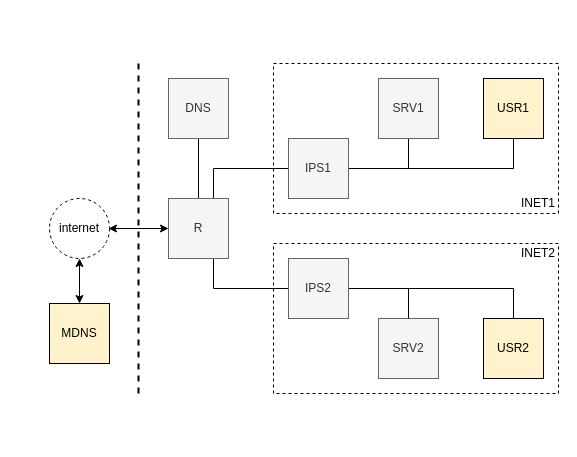
ArturB/snort3-dns-tunnel keeps this draw.io diagram as dokumentacja/koncowa/img/BCYB-topologia.drawio. Above is the earlier version. Source tidied: cells renumbered, new cells numbered last; positions are measured from the earlier drawing's top-left corner, leaving out a move shared by most shapes. Both pictures are drawn from the tidied source at 100%, with x=0, y=0 at pixel (49, 63).
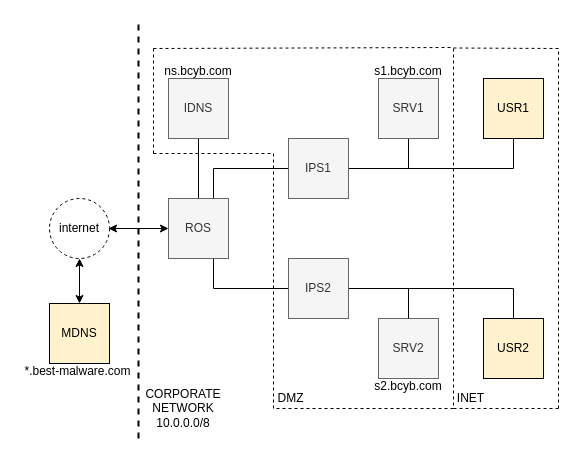
Above is the later version.

Change to the diagram source:
```diff
@@
-    <mxCell id="2" style="rounded=0;whiteSpace=wrap;html=1;strokeColor=#000000;fillColor=none;dashed=1;" parent="1" vertex="1">
-      <mxGeometry x="224" width="285" height="150" as="geometry" />
-    </mxCell>
@@
-    <mxCell id="7" value="&lt;div&gt;R&lt;/div&gt;" style="whiteSpace=wrap;html=1;fillColor=#f5f5f5;strokeColor=#666666;fontColor=#333333;" parent="1" vertex="1">
+    <mxCell id="7" value="&lt;div&gt;ROS&lt;/div&gt;" style="whiteSpace=wrap;html=1;fillColor=#f5f5f5;strokeColor=#666666;fontColor=#333333;" parent="1" vertex="1">
       <mxGeometry x="119" y="135" width="60" height="60" as="geometry" />
     </mxCell>
@@
-    <mxCell id="22" style="rounded=0;whiteSpace=wrap;html=1;strokeColor=#000000;fillColor=none;dashed=1;" parent="1" vertex="1">
-      <mxGeometry x="224" y="180" width="285" height="150" as="geometry" />
-    </mxCell>
-    <mxCell id="23" value="INET1" style="text;html=1;strokeColor=none;fillColor=none;align=center;verticalAlign=middle;whiteSpace=wrap;rounded=0;" parent="1" vertex="1">
-      <mxGeometry x="469" y="130" width="40" height="20" as="geometry" />
-    </mxCell>
-    <mxCell id="24" value="INET2" style="text;html=1;strokeColor=none;fillColor=none;align=center;verticalAlign=middle;whiteSpace=wrap;rounded=0;" parent="1" vertex="1">
-      <mxGeometry x="469" y="180" width="40" height="20" as="geometry" />
-    </mxCell>
     <mxCell id="25" style="endArrow=none;dashed=1;html=1;strokeWidth=2;" parent="1" edge="1">
       <mxGeometry relative="1" as="geometry">
-        <mxPoint x="89" y="330" as="sourcePoint" />
-        <mxPoint x="89" as="targetPoint" />
+        <mxPoint x="89" y="375" as="sourcePoint" />
+        <mxPoint x="89" y="-45" as="targetPoint" />
       </mxGeometry>
     </mxCell>
-    <mxCell id="26" value="DNS" style="whiteSpace=wrap;html=1;fillColor=#f5f5f5;strokeColor=#666666;fontColor=#333333;" parent="1" vertex="1">
+    <mxCell id="26" value="IDNS" style="whiteSpace=wrap;html=1;fillColor=#f5f5f5;strokeColor=#666666;fontColor=#333333;" parent="1" vertex="1">
       <mxGeometry x="119" y="15" width="60" height="60" as="geometry" />
     </mxCell>
+    <mxCell id="27" value="s2.bcyb.com" style="text;html=1;strokeColor=none;fillColor=none;align=center;verticalAlign=middle;whiteSpace=wrap;rounded=0;" parent="1" vertex="1">
+      <mxGeometry x="314" y="315" width="90" height="15" as="geometry" />
+    </mxCell>
+    <mxCell id="28" value="s1.bcyb.com" style="text;html=1;strokeColor=none;fillColor=none;align=center;verticalAlign=middle;whiteSpace=wrap;rounded=0;" parent="1" vertex="1">
+      <mxGeometry x="314" width="90" height="15" as="geometry" />
+    </mxCell>
+    <mxCell id="29" value="ns.bcyb.com" style="text;html=1;strokeColor=none;fillColor=none;align=center;verticalAlign=middle;whiteSpace=wrap;rounded=0;" parent="1" vertex="1">
+      <mxGeometry x="104" width="90" height="15" as="geometry" />
+    </mxCell>
+    <mxCell id="30" value="CORPORATE&lt;br&gt;NETWORK&lt;br&gt;&lt;div&gt;10.0.0.0/8&lt;/div&gt;" style="text;html=1;strokeColor=none;fillColor=none;align=center;verticalAlign=middle;whiteSpace=wrap;rounded=0;" parent="1" vertex="1">
+      <mxGeometry x="89" y="315" width="90" height="60" as="geometry" />
+    </mxCell>
+    <mxCell id="31" value="INET" style="text;html=1;strokeColor=none;fillColor=none;align=center;verticalAlign=middle;whiteSpace=wrap;rounded=0;" parent="1" vertex="1">
+      <mxGeometry x="404" y="325" width="35" height="20" as="geometry" />
+    </mxCell>
+    <mxCell id="32" value="DMZ" style="text;html=1;strokeColor=none;fillColor=none;align=center;verticalAlign=middle;whiteSpace=wrap;rounded=0;" parent="1" vertex="1">
+      <mxGeometry x="224" y="325" width="35" height="20" as="geometry" />
+    </mxCell>
+    <mxCell id="33" value="*.best-malware.com" style="text;html=1;strokeColor=none;fillColor=none;align=center;verticalAlign=middle;whiteSpace=wrap;rounded=0;" parent="1" vertex="1">
+      <mxGeometry x="-32" y="300" width="121" height="15" as="geometry" />
+    </mxCell>
+    <mxCell id="34" style="endArrow=none;dashed=1;html=1;entryX=0;entryY=-0.05;entryDx=0;entryDy=0;entryPerimeter=0;" parent="1" edge="1">
+      <mxGeometry relative="1" as="geometry">
+        <mxPoint x="104" y="-15" as="sourcePoint" />
+        <mxPoint x="404" y="-16" as="targetPoint" />
+      </mxGeometry>
+    </mxCell>
+    <mxCell id="35" style="endArrow=none;dashed=1;html=1;" parent="1" edge="1">
+      <mxGeometry relative="1" as="geometry">
+        <mxPoint x="404" y="-15" as="sourcePoint" />
+        <mxPoint x="404" y="345" as="targetPoint" />
+      </mxGeometry>
+    </mxCell>
+    <mxCell id="36" style="endArrow=none;dashed=1;html=1;" parent="1" edge="1">
+      <mxGeometry relative="1" as="geometry">
+        <mxPoint x="104" y="90" as="sourcePoint" />
+        <mxPoint x="104" y="-15" as="targetPoint" />
+      </mxGeometry>
+    </mxCell>
+    <mxCell id="37" style="endArrow=none;dashed=1;html=1;" parent="1" edge="1">
+      <mxGeometry relative="1" as="geometry">
+        <mxPoint x="104" y="90" as="sourcePoint" />
+        <mxPoint x="224" y="90" as="targetPoint" />
+      </mxGeometry>
+    </mxCell>
+    <mxCell id="38" style="endArrow=none;dashed=1;html=1;" parent="1" edge="1">
+      <mxGeometry relative="1" as="geometry">
+        <mxPoint x="224" y="345" as="sourcePoint" />
+        <mxPoint x="224" y="90" as="targetPoint" />
+      </mxGeometry>
+    </mxCell>
+    <mxCell id="39" style="endArrow=none;dashed=1;html=1;" parent="1" edge="1">
+      <mxGeometry relative="1" as="geometry">
+        <mxPoint x="404" y="345" as="sourcePoint" />
+        <mxPoint x="224" y="345" as="targetPoint" />
+      </mxGeometry>
+    </mxCell>
+    <mxCell id="40" style="endArrow=none;dashed=1;html=1;exitX=0.067;exitY=-0.15;exitDx=0;exitDy=0;exitPerimeter=0;" parent="1" edge="1">
+      <mxGeometry relative="1" as="geometry">
+        <mxPoint x="404" y="-15.5" as="sourcePoint" />
+        <mxPoint x="509" y="-15" as="targetPoint" />
+      </mxGeometry>
+    </mxCell>
+    <mxCell id="41" style="endArrow=none;dashed=1;html=1;" parent="1" edge="1">
+      <mxGeometry relative="1" as="geometry">
+        <mxPoint x="509" y="345" as="sourcePoint" />
+        <mxPoint x="509" y="-15" as="targetPoint" />
+      </mxGeometry>
+    </mxCell>
+    <mxCell id="42" style="endArrow=none;dashed=1;html=1;" parent="1" edge="1">
+      <mxGeometry relative="1" as="geometry">
+        <mxPoint x="404" y="345" as="sourcePoint" />
+        <mxPoint x="509" y="345" as="targetPoint" />
+      </mxGeometry>
+    </mxCell>
```
